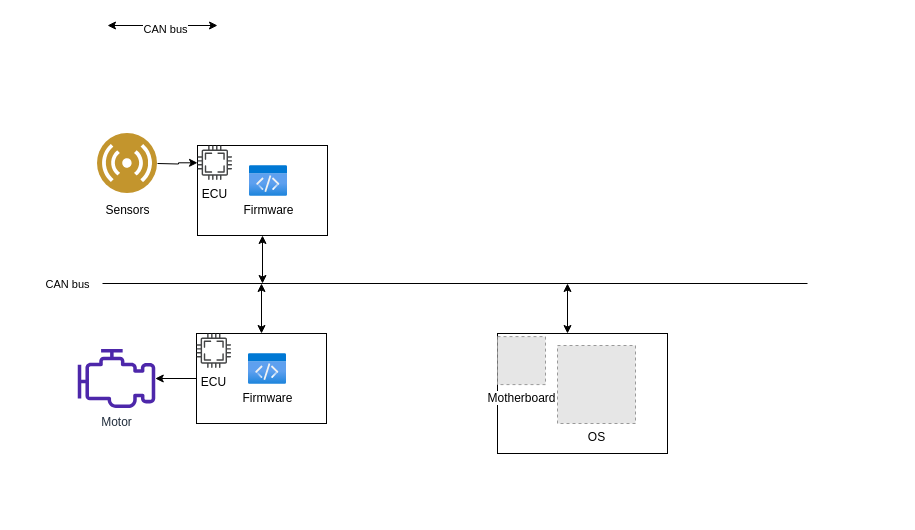
Earlier version of the draw.io diagram page "CAN bus" (1 of 3) of auto steering system design.drawio (Dawei-S/Da). Source tidied: cells renumbered, new cells numbered last; positions are measured from the earlier drawing's top-left corner, leaving out a move shared by most shapes. Both pictures are drawn from the tidied source at 100%, with x=0, y=0 at pixel (77, 25). Pictures stored in the file or linked from it are replaced by grey dashed boxes.
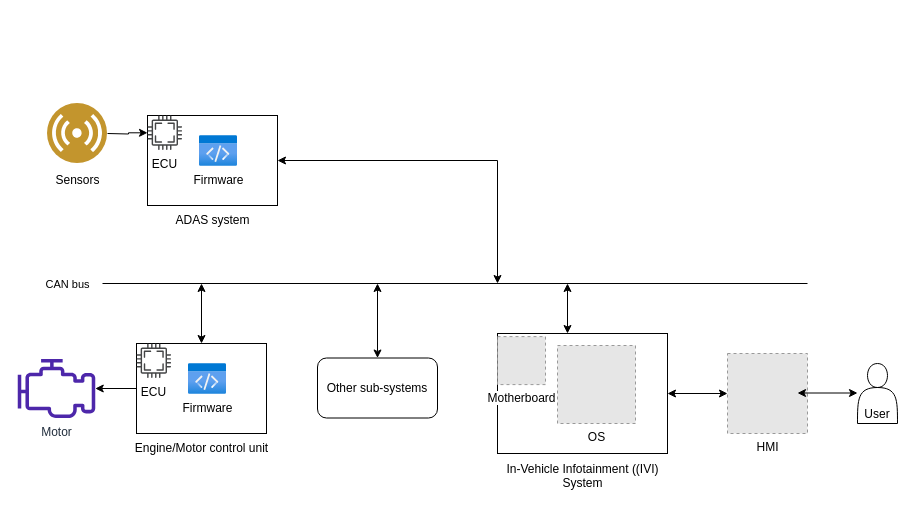
The same page after the edit.

The change refers to these unchanged cells:
```xml
<mxCell id="5" style="rounded=0;whiteSpace=wrap;html=1;" parent="4" vertex="1">
  <mxGeometry width="130" height="90" as="geometry" />
</mxCell>
<mxCell id="6" value="ECU" style="sketch=0;shadow=0;dashed=0;html=1;strokeColor=none;fillColor=#434445;labelPosition=center;verticalLabelPosition=bottom;verticalAlign=top;align=center;outlineConnect=0;shape=mxgraph.vvd.cpu;" parent="4" vertex="1">
  <mxGeometry width="34.6" height="34.6" as="geometry" />
</mxCell>
<mxCell id="11" style="rounded=0;whiteSpace=wrap;html=1;" parent="10" vertex="1">
  <mxGeometry width="130" height="90" as="geometry" />
</mxCell>
<mxCell id="23" style="rounded=0;whiteSpace=wrap;html=1;" parent="1" vertex="1">
  <mxGeometry x="420" y="308" width="170" height="120" as="geometry" />
</mxCell>
```

Diff of the diagram source:
```diff
@@
     <mxCell id="2" style="edgeStyle=orthogonalEdgeStyle;rounded=0;jettySize=auto;html=1;" parent="1" edge="1" target="6">
       <mxGeometry relative="1" as="geometry">
-        <mxPoint x="80" y="138" as="sourcePoint" />
+        <mxPoint x="30" y="108" as="sourcePoint" />
       </mxGeometry>
     </mxCell>
     <mxCell id="3" style="group;" parent="1" vertex="1">
-      <mxGeometry x="120" y="120" width="130" height="90" as="geometry" />
+      <mxGeometry x="70" y="90" width="130" height="90" as="geometry" />
     </mxCell>
@@
     <mxCell id="8" value="Motor" style="sketch=0;outlineConnect=0;fontColor=#232F3E;gradientColor=none;fillColor=#4D27AA;strokeColor=none;dashed=0;verticalLabelPosition=bottom;verticalAlign=top;align=center;html=1;fontSize=12;fontStyle=0;shape=mxgraph.aws4.emr_engine;" parent="1" vertex="1">
-      <mxGeometry y="323.5" width="78" height="59" as="geometry" />
+      <mxGeometry x="-60" y="333.5" width="78" height="59" as="geometry" />
     </mxCell>
     <mxCell id="9" style="group;" parent="1" vertex="1">
-      <mxGeometry x="119" y="308" width="130" height="90" as="geometry" />
+      <mxGeometry x="59" y="318" width="130" height="90" as="geometry" />
     </mxCell>
@@
-    <mxCell id="15" style="endArrow=classic;startArrow=classic;html=1;rounded=0;entryX=0.5;entryY=1;entryDx=0;entryDy=0;" parent="1" edge="1">
-      <mxGeometry relative="1" as="geometry">
-        <mxPoint x="140" as="sourcePoint" />
-        <mxPoint x="30" as="targetPoint" />
-      </mxGeometry>
-    </mxCell>
-    <mxCell id="16" value="CAN bus" style="edgeLabel;html=1;align=center;verticalAlign=middle;" parent="15" vertex="1">
-      <mxGeometry x="-0.04" y="3" relative="1" as="geometry" />
-    </mxCell>
@@
-    <mxCell id="19" style="endArrow=classic;startArrow=classic;html=1;rounded=0;entryX=0.5;entryY=1;entryDx=0;entryDy=0;" parent="1" edge="1" target="5">
+    <mxCell id="19" style="endArrow=classic;startArrow=classic;html=1;rounded=0;entryX=1;entryY=0.5;entryDx=0;entryDy=0;" parent="1" edge="1" target="5">
       <mxGeometry relative="1" as="geometry">
-        <mxPoint x="185" y="258" as="sourcePoint" />
+        <mxPoint x="420" y="258" as="sourcePoint" />
+        <Array as="points">
+          <mxPoint x="420" y="135" />
+        </Array>
       </mxGeometry>
     </mxCell>
     <mxCell id="20" style="endArrow=classic;startArrow=classic;html=1;rounded=0;exitX=0.5;exitY=0;exitDx=0;exitDy=0;" parent="1" edge="1" source="11">
       <mxGeometry relative="1" as="geometry">
-        <mxPoint x="184" y="258" as="targetPoint" />
+        <mxPoint x="124" y="258" as="targetPoint" />
       </mxGeometry>
     </mxCell>
     <mxCell id="21" value="&lt;font color=&quot;#000000&quot;&gt;Sensors&lt;/font&gt;" style="perimeter=ellipsePerimeter;html=1;align=center;shadow=0;dashed=0;fontColor=#4277BB;labelBackgroundColor=#ffffff;fontSize=12;spacingTop=3;image;image=img/lib/ibm/users/sensor.svg;" parent="1" vertex="1">
-      <mxGeometry x="20" y="108" width="60" height="60" as="geometry" />
+      <mxGeometry x="-30" y="78" width="60" height="60" as="geometry" />
     </mxCell>
@@
+    <mxCell id="26" value="ADAS system" style="text;html=1;align=center;verticalAlign=middle;strokeColor=none;fillColor=none;" parent="1" vertex="1">
+      <mxGeometry x="85" y="180" width="100" height="30" as="geometry" />
+    </mxCell>
+    <mxCell id="27" value="HMI" style="fillColor=#E6E6E6;strokeColor=#999999;dashed=1;html=1;verticalAlign=top;verticalLabelPosition=bottom;labelBackgroundColor=#ffffff;" parent="1" vertex="1">
+      <mxGeometry x="650" y="328" width="80" height="80" as="geometry" />
+    </mxCell>
+    <mxCell id="28" style="endArrow=classic;startArrow=classic;html=1;rounded=0;exitX=1;exitY=0.5;exitDx=0;exitDy=0;entryX=0;entryY=0.5;entryDx=0;entryDy=0;" parent="1" edge="1" source="23" target="27">
+      <mxGeometry relative="1" as="geometry" />
+    </mxCell>
+    <mxCell id="29" value="User" style="shape=actor;whiteSpace=wrap;html=1;verticalAlign=bottom;" parent="1" vertex="1">
+      <mxGeometry x="780" y="338" width="40" height="60" as="geometry" />
+    </mxCell>
+    <mxCell id="30" style="endArrow=classic;startArrow=classic;html=1;rounded=0;exitX=1;exitY=0.5;exitDx=0;exitDy=0;entryX=0;entryY=0.5;entryDx=0;entryDy=0;" parent="1" edge="1">
+      <mxGeometry relative="1" as="geometry">
+        <mxPoint x="720" y="367.5" as="sourcePoint" />
+        <mxPoint x="780" y="367.5" as="targetPoint" />
+      </mxGeometry>
+    </mxCell>
+    <mxCell id="31" value="Other sub-systems" style="rounded=1;whiteSpace=wrap;html=1;" parent="1" vertex="1">
+      <mxGeometry x="240" y="332.5" width="120" height="60" as="geometry" />
+    </mxCell>
+    <mxCell id="32" value="Engine/Motor control unit" style="text;html=1;align=center;verticalAlign=middle;strokeColor=none;fillColor=none;" parent="1" vertex="1">
+      <mxGeometry x="44" y="408" width="160" height="30" as="geometry" />
+    </mxCell>
+    <mxCell id="33" style="endArrow=classic;startArrow=classic;html=1;rounded=0;exitX=0.5;exitY=0;exitDx=0;exitDy=0;" parent="1" edge="1" source="31">
+      <mxGeometry relative="1" as="geometry">
+        <mxPoint x="300" y="258" as="targetPoint" />
+      </mxGeometry>
+    </mxCell>
+    <mxCell id="34" value="In-Vehicle Infotainment ((IVI)&lt;br&gt;System&lt;br&gt;&amp;nbsp;" style="text;html=1;align=center;verticalAlign=middle;strokeColor=none;fillColor=none;" parent="1" vertex="1">
+      <mxGeometry x="415" y="428" width="180" height="60" as="geometry" />
+    </mxCell>
```
